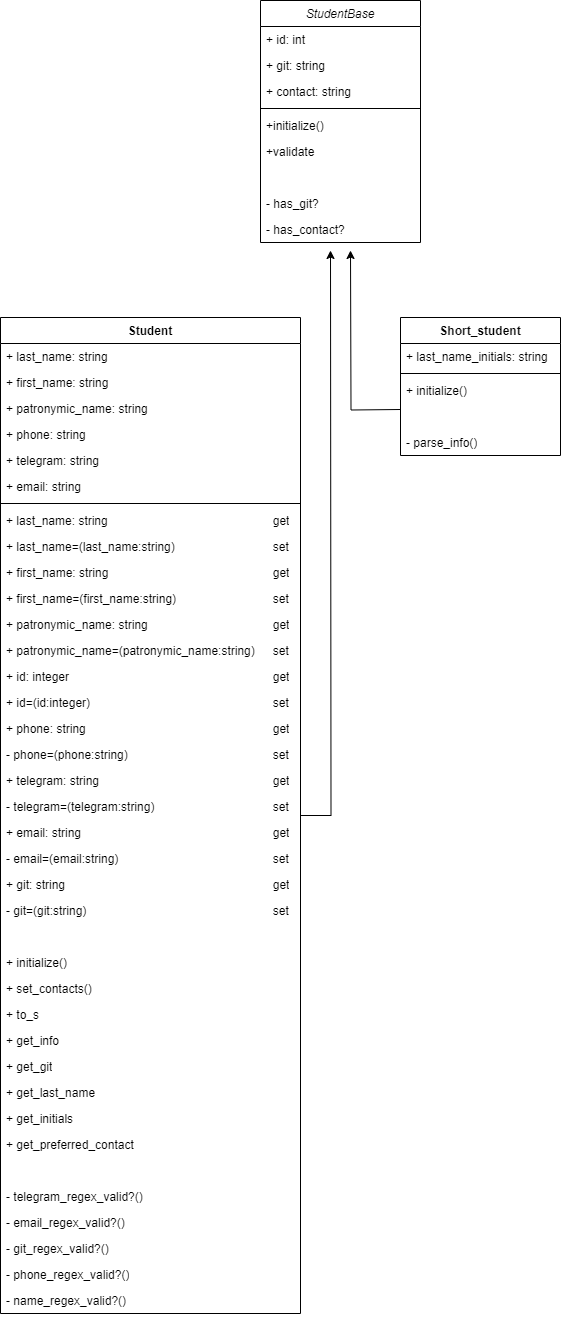
Before: Students/UML_student.png, a diagram exported from draw.io (Deathlimit/Design-Patterns). Source tidied: cells renumbered, new cells last; positions are measured from the earlier drawing's top-left corner, leaving out a move shared by most shapes.
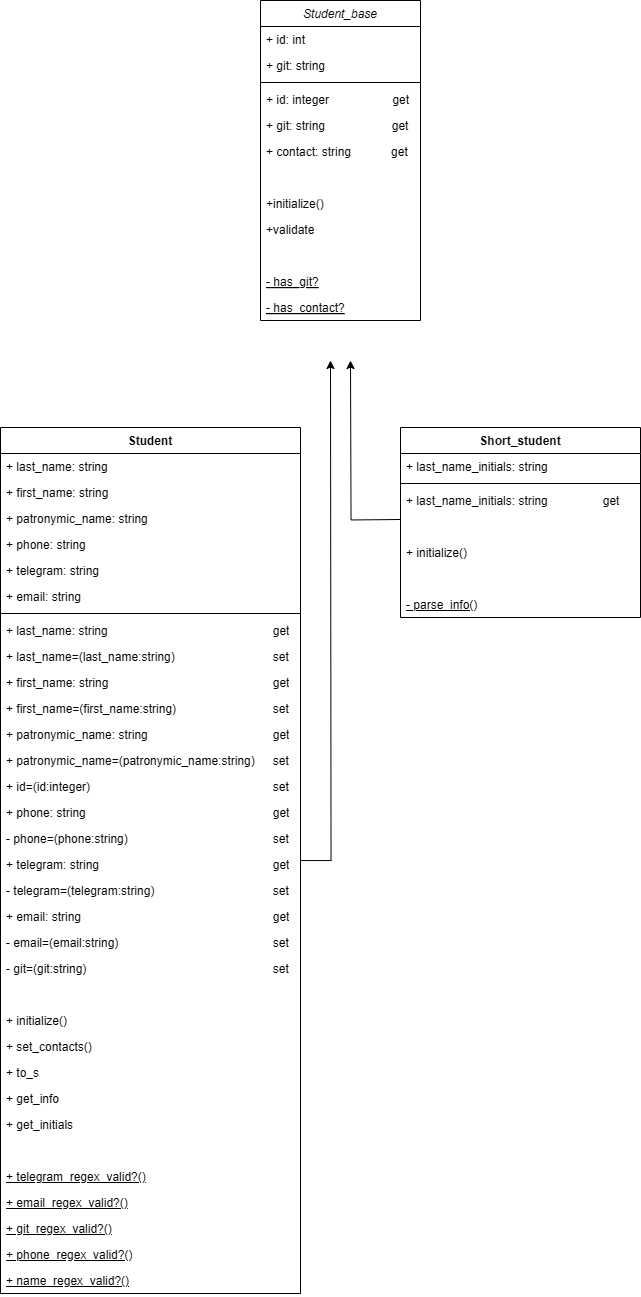
The same file after the commit.

Commit message:
(lab2) fixed UML diagram

What changed in the source:
```diff
@@ -5,3 +5,3 @@
     <mxCell id="2" value="Student" style="swimlane;fontStyle=1;align=center;verticalAlign=top;horizontal=1;startSize=26;whiteSpace=wrap;html=1;" parent="1" vertex="1">
-      <mxGeometry y="317" width="300" height="996" as="geometry" />
+      <mxGeometry y="317" width="300" height="866" as="geometry" />
     </mxCell>
@@ -46,97 +46,88 @@
     </mxCell>
-    <mxCell id="16" value="+ id: integer&lt;span style=&quot;white-space: pre;&quot;&gt;&#9;&lt;/span&gt;&lt;span style=&quot;white-space: pre;&quot;&gt;&#9;&lt;/span&gt;&lt;span style=&quot;white-space: pre;&quot;&gt;&#9;&lt;/span&gt;&lt;span style=&quot;white-space: pre;&quot;&gt;&#9;&lt;/span&gt;&lt;span style=&quot;white-space: pre;&quot;&gt;&#9;&lt;/span&gt;&lt;span style=&quot;white-space: pre;&quot;&gt;&#9;&lt;/span&gt;&lt;span style=&quot;white-space: pre;&quot;&gt;&#9;&lt;/span&gt;&lt;span style=&quot;white-space: pre;&quot;&gt;&#9;&lt;/span&gt;get" style="text;strokeColor=none;fillColor=none;align=left;verticalAlign=top;spacingLeft=4;spacingRight=4;overflow=hidden;whiteSpace=wrap;html=1;" parent="2" vertex="1">
-      <mxGeometry y="346" width="300" height="26" as="geometry" />
-    </mxCell>
     <mxCell id="17" value="+ id=(id:integer)&lt;span style=&quot;white-space: pre;&quot;&gt;&#9;&lt;/span&gt;&lt;span style=&quot;white-space: pre;&quot;&gt;&#9;&lt;/span&gt;&lt;span style=&quot;white-space: pre;&quot;&gt;&#9;&lt;/span&gt;&lt;span style=&quot;white-space: pre;&quot;&gt;&#9;&lt;/span&gt;&lt;span style=&quot;white-space: pre;&quot;&gt;&#9;&lt;/span&gt;&lt;span style=&quot;white-space: pre;&quot;&gt;&#9;&lt;/span&gt;&lt;span style=&quot;white-space: pre;&quot;&gt;&#9;&lt;/span&gt;set" style="text;strokeColor=none;fillColor=none;align=left;verticalAlign=top;spacingLeft=4;spacingRight=4;overflow=hidden;whiteSpace=wrap;html=1;" parent="2" vertex="1">
-      <mxGeometry y="372" width="300" height="26" as="geometry" />
+      <mxGeometry y="346" width="300" height="26" as="geometry" />
     </mxCell>
     <mxCell id="18" value="+ phone: string&lt;span style=&quot;white-space: pre;&quot;&gt;&#9;&lt;/span&gt;&lt;span style=&quot;white-space: pre;&quot;&gt;&#9;&lt;/span&gt;&lt;span style=&quot;white-space: pre;&quot;&gt;&#9;&lt;/span&gt;&lt;span style=&quot;white-space: pre;&quot;&gt;&#9;&lt;/span&gt;&lt;span style=&quot;white-space: pre;&quot;&gt;&#9;&lt;/span&gt;&lt;span style=&quot;white-space: pre;&quot;&gt;&#9;&lt;/span&gt;&lt;span style=&quot;white-space: pre;&quot;&gt;&#9;&lt;/span&gt;get" style="text;strokeColor=none;fillColor=none;align=left;verticalAlign=top;spacingLeft=4;spacingRight=4;overflow=hidden;whiteSpace=wrap;html=1;" parent="2" vertex="1">
-      <mxGeometry y="398" width="300" height="26" as="geometry" />
+      <mxGeometry y="372" width="300" height="26" as="geometry" />
     </mxCell>
     <mxCell id="19" value="- phone=(phone:string)&lt;span style=&quot;white-space: pre;&quot;&gt;&#9;&lt;/span&gt;&lt;span style=&quot;white-space: pre;&quot;&gt;&#9;&lt;/span&gt;&lt;span style=&quot;white-space: pre;&quot;&gt;&#9;&lt;/span&gt;&lt;span style=&quot;white-space: pre;&quot;&gt;&#9;&lt;/span&gt;&lt;span style=&quot;white-space: pre;&quot;&gt;&#9;&lt;/span&gt;&lt;span style=&quot;white-space: pre;&quot;&gt;&#9;&lt;/span&gt;set" style="text;strokeColor=none;fillColor=none;align=left;verticalAlign=top;spacingLeft=4;spacingRight=4;overflow=hidden;whiteSpace=wrap;html=1;" parent="2" vertex="1">
-      <mxGeometry y="424" width="300" height="26" as="geometry" />
+      <mxGeometry y="398" width="300" height="26" as="geometry" />
     </mxCell>
     <mxCell id="20" value="+ telegram: string&lt;span style=&quot;white-space: pre;&quot;&gt;&#9;&lt;/span&gt;&lt;span style=&quot;white-space: pre;&quot;&gt;&#9;&lt;/span&gt;&lt;span style=&quot;white-space: pre;&quot;&gt;&#9;&lt;/span&gt;&lt;span style=&quot;white-space: pre;&quot;&gt;&#9;&lt;/span&gt;&lt;span style=&quot;white-space: pre;&quot;&gt;&#9;&lt;/span&gt;&lt;span style=&quot;white-space: pre;&quot;&gt;&#9;&lt;/span&gt;&lt;span style=&quot;white-space: pre;&quot;&gt;&#9;&lt;/span&gt;get" style="text;strokeColor=none;fillColor=none;align=left;verticalAlign=top;spacingLeft=4;spacingRight=4;overflow=hidden;whiteSpace=wrap;html=1;" parent="2" vertex="1">
-      <mxGeometry y="450" width="300" height="26" as="geometry" />
+      <mxGeometry y="424" width="300" height="26" as="geometry" />
     </mxCell>
     <mxCell id="21" value="- telegram=(telegram:string)&lt;span style=&quot;white-space: pre;&quot;&gt;&#9;&lt;/span&gt;&lt;span style=&quot;white-space: pre;&quot;&gt;&#9;&lt;/span&gt;&lt;span style=&quot;white-space: pre;&quot;&gt;&#9;&lt;/span&gt;&lt;span style=&quot;white-space: pre;&quot;&gt;&#9;&lt;/span&gt;&lt;span style=&quot;white-space: pre;&quot;&gt;&#9;&lt;/span&gt;set" style="text;strokeColor=none;fillColor=none;align=left;verticalAlign=top;spacingLeft=4;spacingRight=4;overflow=hidden;whiteSpace=wrap;html=1;" parent="2" vertex="1">
-      <mxGeometry y="476" width="300" height="26" as="geometry" />
+      <mxGeometry y="450" width="300" height="26" as="geometry" />
     </mxCell>
     <mxCell id="22" value="+ email: string&lt;span style=&quot;white-space: pre;&quot;&gt;&#9;&lt;/span&gt;&lt;span style=&quot;white-space: pre;&quot;&gt;&#9;&lt;span style=&quot;white-space: pre;&quot;&gt;&#9;&lt;/span&gt;&lt;/span&gt;&lt;span style=&quot;white-space: pre;&quot;&gt;&#9;&lt;/span&gt;&lt;span style=&quot;white-space: pre;&quot;&gt;&#9;&lt;/span&gt;&lt;span style=&quot;white-space: pre;&quot;&gt;&#9;&lt;/span&gt;&lt;span style=&quot;white-space: pre;&quot;&gt;&#9;&lt;/span&gt;&lt;span style=&quot;white-space: pre;&quot;&gt;&#9;&lt;/span&gt;get" style="text;strokeColor=none;fillColor=none;align=left;verticalAlign=top;spacingLeft=4;spacingRight=4;overflow=hidden;whiteSpace=wrap;html=1;" parent="2" vertex="1">
-      <mxGeometry y="502" width="300" height="26" as="geometry" />
+      <mxGeometry y="476" width="300" height="26" as="geometry" />
     </mxCell>
     <mxCell id="23" value="- email=(email:string)&lt;span style=&quot;white-space: pre;&quot;&gt;&#9;&lt;/span&gt;&lt;span style=&quot;white-space: pre;&quot;&gt;&#9;&lt;span style=&quot;white-space: pre;&quot;&gt;&#9;&lt;/span&gt;&lt;/span&gt;&lt;span style=&quot;white-space: pre;&quot;&gt;&#9;&lt;/span&gt;&lt;span style=&quot;white-space: pre;&quot;&gt;&#9;&lt;/span&gt;&lt;span style=&quot;white-space: pre;&quot;&gt;&#9;&lt;/span&gt;set" style="text;strokeColor=none;fillColor=none;align=left;verticalAlign=top;spacingLeft=4;spacingRight=4;overflow=hidden;whiteSpace=wrap;html=1;" parent="2" vertex="1">
-      <mxGeometry y="528" width="300" height="26" as="geometry" />
+      <mxGeometry y="502" width="300" height="26" as="geometry" />
     </mxCell>
-    <mxCell id="24" value="+ git: string&lt;span style=&quot;white-space: pre;&quot;&gt;&#9;&lt;/span&gt;&lt;span style=&quot;white-space: pre;&quot;&gt;&#9;&lt;span style=&quot;white-space: pre;&quot;&gt;&#9;&lt;/span&gt;&lt;/span&gt;&lt;span style=&quot;white-space: pre;&quot;&gt;&#9;&lt;/span&gt;&lt;span style=&quot;white-space: pre;&quot;&gt;&#9;&lt;/span&gt;&lt;span style=&quot;white-space: pre;&quot;&gt;&#9;&lt;/span&gt;&lt;span style=&quot;white-space: pre;&quot;&gt;&#9;&lt;/span&gt;&lt;span style=&quot;white-space: pre;&quot;&gt;&#9;&lt;/span&gt;get" style="text;strokeColor=none;fillColor=none;align=left;verticalAlign=top;spacingLeft=4;spacingRight=4;overflow=hidden;whiteSpace=wrap;html=1;" parent="2" vertex="1">
-      <mxGeometry y="554" width="300" height="26" as="geometry" />
-    </mxCell>
     <mxCell id="25" value="- git=(git:string)&lt;span style=&quot;white-space: pre;&quot;&gt;&#9;&lt;span style=&quot;white-space: pre;&quot;&gt;&#9;&lt;/span&gt;&lt;/span&gt;&lt;span style=&quot;white-space: pre;&quot;&gt;&#9;&lt;span style=&quot;white-space: pre;&quot;&gt;&#9;&lt;/span&gt;&lt;/span&gt;&lt;span style=&quot;white-space: pre;&quot;&gt;&#9;&lt;/span&gt;&lt;span style=&quot;white-space: pre;&quot;&gt;&#9;&lt;/span&gt;&lt;span style=&quot;white-space: pre;&quot;&gt;&#9;&lt;/span&gt;set" style="text;strokeColor=none;fillColor=none;align=left;verticalAlign=top;spacingLeft=4;spacingRight=4;overflow=hidden;whiteSpace=wrap;html=1;" parent="2" vertex="1">
-      <mxGeometry y="580" width="300" height="26" as="geometry" />
+      <mxGeometry y="528" width="300" height="26" as="geometry" />
     </mxCell>
     <mxCell id="26" style="text;strokeColor=none;fillColor=none;align=left;verticalAlign=top;spacingLeft=4;spacingRight=4;overflow=hidden;whiteSpace=wrap;html=1;" parent="2" vertex="1">
-      <mxGeometry y="606" width="300" height="26" as="geometry" />
+      <mxGeometry y="554" width="300" height="26" as="geometry" />
     </mxCell>
     <mxCell id="27" value="+ initialize()" style="text;strokeColor=none;fillColor=none;align=left;verticalAlign=top;spacingLeft=4;spacingRight=4;overflow=hidden;whiteSpace=wrap;html=1;" parent="2" vertex="1">
-      <mxGeometry y="632" width="300" height="26" as="geometry" />
+      <mxGeometry y="580" width="300" height="26" as="geometry" />
     </mxCell>
     <mxCell id="28" value="+ set_contacts()" style="text;strokeColor=none;fillColor=none;align=left;verticalAlign=top;spacingLeft=4;spacingRight=4;overflow=hidden;whiteSpace=wrap;html=1;" parent="2" vertex="1">
-      <mxGeometry y="658" width="300" height="26" as="geometry" />
+      <mxGeometry y="606" width="300" height="26" as="geometry" />
     </mxCell>
     <mxCell id="29" value="+ to_s" style="text;strokeColor=none;fillColor=none;align=left;verticalAlign=top;spacingLeft=4;spacingRight=4;overflow=hidden;whiteSpace=wrap;html=1;" parent="2" vertex="1">
-      <mxGeometry y="684" width="300" height="26" as="geometry" />
+      <mxGeometry y="632" width="300" height="26" as="geometry" />
     </mxCell>
     <mxCell id="30" value="+ get_info" style="text;strokeColor=none;fillColor=none;align=left;verticalAlign=top;spacingLeft=4;spacingRight=4;overflow=hidden;whiteSpace=wrap;html=1;" parent="2" vertex="1">
-      <mxGeometry y="710" width="300" height="26" as="geometry" />
+      <mxGeometry y="658" width="300" height="26" as="geometry" />
     </mxCell>
-    <mxCell id="31" value="+&amp;nbsp;get_git" style="text;strokeColor=none;fillColor=none;align=left;verticalAlign=top;spacingLeft=4;spacingRight=4;overflow=hidden;whiteSpace=wrap;html=1;" parent="2" vertex="1">
-      <mxGeometry y="736" width="300" height="26" as="geometry" />
-    </mxCell>
-    <mxCell id="32" value="+&amp;nbsp;get_last_name" style="text;strokeColor=none;fillColor=none;align=left;verticalAlign=top;spacingLeft=4;spacingRight=4;overflow=hidden;whiteSpace=wrap;html=1;" parent="2" vertex="1">
-      <mxGeometry y="762" width="300" height="26" as="geometry" />
-    </mxCell>
     <mxCell id="33" value="+&amp;nbsp;get_initials" style="text;strokeColor=none;fillColor=none;align=left;verticalAlign=top;spacingLeft=4;spacingRight=4;overflow=hidden;whiteSpace=wrap;html=1;" parent="2" vertex="1">
-      <mxGeometry y="788" width="300" height="26" as="geometry" />
+      <mxGeometry y="684" width="300" height="26" as="geometry" />
     </mxCell>
-    <mxCell id="34" value="+&amp;nbsp;get_preferred_contact" style="text;strokeColor=none;fillColor=none;align=left;verticalAlign=top;spacingLeft=4;spacingRight=4;overflow=hidden;whiteSpace=wrap;html=1;" parent="2" vertex="1">
-      <mxGeometry y="814" width="300" height="26" as="geometry" />
-    </mxCell>
     <mxCell id="35" style="text;strokeColor=none;fillColor=none;align=left;verticalAlign=top;spacingLeft=4;spacingRight=4;overflow=hidden;whiteSpace=wrap;html=1;" parent="2" vertex="1">
-      <mxGeometry y="840" width="300" height="26" as="geometry" />
+      <mxGeometry y="710" width="300" height="26" as="geometry" />
     </mxCell>
-    <mxCell id="36" value="- telegram_regex_valid?()" style="text;strokeColor=none;fillColor=none;align=left;verticalAlign=top;spacingLeft=4;spacingRight=4;overflow=hidden;whiteSpace=wrap;html=1;" parent="2" vertex="1">
-      <mxGeometry y="866" width="300" height="26" as="geometry" />
+    <mxCell id="36" value="&lt;u&gt;+ telegram_regex_valid?()&lt;/u&gt;" style="text;strokeColor=none;fillColor=none;align=left;verticalAlign=top;spacingLeft=4;spacingRight=4;overflow=hidden;whiteSpace=wrap;html=1;" parent="2" vertex="1">
+      <mxGeometry y="736" width="300" height="26" as="geometry" />
     </mxCell>
-    <mxCell id="37" value="- email_regex_valid?()" style="text;strokeColor=none;fillColor=none;align=left;verticalAlign=top;spacingLeft=4;spacingRight=4;overflow=hidden;whiteSpace=wrap;html=1;" parent="2" vertex="1">
-      <mxGeometry y="892" width="300" height="26" as="geometry" />
+    <mxCell id="37" value="&lt;u&gt;+ email_regex_valid?()&lt;/u&gt;" style="text;strokeColor=none;fillColor=none;align=left;verticalAlign=top;spacingLeft=4;spacingRight=4;overflow=hidden;whiteSpace=wrap;html=1;" parent="2" vertex="1">
+      <mxGeometry y="762" width="300" height="26" as="geometry" />
     </mxCell>
-    <mxCell id="38" value="- git_regex_valid?()" style="text;strokeColor=none;fillColor=none;align=left;verticalAlign=top;spacingLeft=4;spacingRight=4;overflow=hidden;whiteSpace=wrap;html=1;" parent="2" vertex="1">
-      <mxGeometry y="918" width="300" height="26" as="geometry" />
+    <mxCell id="38" value="&lt;u&gt;+ git_regex_valid?()&lt;/u&gt;" style="text;strokeColor=none;fillColor=none;align=left;verticalAlign=top;spacingLeft=4;spacingRight=4;overflow=hidden;whiteSpace=wrap;html=1;" parent="2" vertex="1">
+      <mxGeometry y="788" width="300" height="26" as="geometry" />
     </mxCell>
-    <mxCell id="39" value="- phone_regex_valid?()" style="text;strokeColor=none;fillColor=none;align=left;verticalAlign=top;spacingLeft=4;spacingRight=4;overflow=hidden;whiteSpace=wrap;html=1;" parent="2" vertex="1">
-      <mxGeometry y="944" width="300" height="26" as="geometry" />
+    <mxCell id="39" value="&lt;u&gt;+ phone_regex_valid?()&lt;/u&gt;" style="text;strokeColor=none;fillColor=none;align=left;verticalAlign=top;spacingLeft=4;spacingRight=4;overflow=hidden;whiteSpace=wrap;html=1;" parent="2" vertex="1">
+      <mxGeometry y="814" width="300" height="26" as="geometry" />
     </mxCell>
-    <mxCell id="40" value="- name_regex_valid?()" style="text;strokeColor=none;fillColor=none;align=left;verticalAlign=top;spacingLeft=4;spacingRight=4;overflow=hidden;whiteSpace=wrap;html=1;" parent="2" vertex="1">
-      <mxGeometry y="970" width="300" height="26" as="geometry" />
+    <mxCell id="40" value="&lt;u&gt;+ name_regex_valid?()&lt;/u&gt;" style="text;strokeColor=none;fillColor=none;align=left;verticalAlign=top;spacingLeft=4;spacingRight=4;overflow=hidden;whiteSpace=wrap;html=1;" parent="2" vertex="1">
+      <mxGeometry y="840" width="300" height="26" as="geometry" />
     </mxCell>
     <mxCell id="41" value="Short_student" style="swimlane;fontStyle=1;align=center;verticalAlign=top;horizontal=1;startSize=26;whiteSpace=wrap;html=1;" parent="1" vertex="1">
-      <mxGeometry x="400" y="317" width="160" height="138" as="geometry" />
+      <mxGeometry x="400" y="317" width="240" height="190" as="geometry" />
     </mxCell>
     <mxCell id="42" value="+ last_name_initials: string" style="text;strokeColor=none;fillColor=none;align=left;verticalAlign=top;spacingLeft=4;spacingRight=4;overflow=hidden;whiteSpace=wrap;html=1;" parent="41" vertex="1">
-      <mxGeometry y="26" width="160" height="26" as="geometry" />
+      <mxGeometry y="26" width="240" height="26" as="geometry" />
     </mxCell>
     <mxCell id="43" style="line;strokeWidth=1;fillColor=none;align=left;verticalAlign=middle;spacingTop=-1;spacingLeft=3;spacingRight=3;labelPosition=right;strokeColor=inherit;" parent="41" vertex="1">
-      <mxGeometry y="52" width="160" height="8" as="geometry" />
+      <mxGeometry y="52" width="240" height="8" as="geometry" />
     </mxCell>
+    <mxCell id="45" value="+ last_name_initials: string&lt;span style=&quot;white-space: pre;&quot;&gt;&#9;&lt;span style=&quot;white-space: pre;&quot;&gt;&#9;&lt;/span&gt;   get&lt;/span&gt;" style="text;strokeColor=none;fillColor=none;align=left;verticalAlign=top;spacingLeft=4;spacingRight=4;overflow=hidden;whiteSpace=wrap;html=1;" parent="41" vertex="1">
+      <mxGeometry y="60" width="240" height="26" as="geometry" />
+    </mxCell>
+    <mxCell id="59" style="text;strokeColor=none;fillColor=none;align=left;verticalAlign=top;spacingLeft=4;spacingRight=4;overflow=hidden;whiteSpace=wrap;html=1;" parent="41" vertex="1">
+      <mxGeometry y="86" width="240" height="26" as="geometry" />
+    </mxCell>
     <mxCell id="44" value="+ initialize()" style="text;strokeColor=none;fillColor=none;align=left;verticalAlign=top;spacingLeft=4;spacingRight=4;overflow=hidden;whiteSpace=wrap;html=1;" parent="41" vertex="1">
-      <mxGeometry y="60" width="160" height="26" as="geometry" />
+      <mxGeometry y="112" width="240" height="26" as="geometry" />
     </mxCell>
-    <mxCell id="45" style="text;strokeColor=none;fillColor=none;align=left;verticalAlign=top;spacingLeft=4;spacingRight=4;overflow=hidden;whiteSpace=wrap;html=1;" parent="41" vertex="1">
-      <mxGeometry y="86" width="160" height="26" as="geometry" />
-    </mxCell>
+    <mxCell id="60" style="text;strokeColor=none;fillColor=none;align=left;verticalAlign=top;spacingLeft=4;spacingRight=4;overflow=hidden;whiteSpace=wrap;html=1;" parent="41" vertex="1">
+      <mxGeometry y="138" width="240" height="26" as="geometry" />
+    </mxCell>
-    <mxCell id="46" value="- parse_info()" style="text;strokeColor=none;fillColor=none;align=left;verticalAlign=top;spacingLeft=4;spacingRight=4;overflow=hidden;whiteSpace=wrap;html=1;" parent="41" vertex="1">
-      <mxGeometry y="112" width="160" height="26" as="geometry" />
+    <mxCell id="46" value="&lt;u&gt;- parse_info()&lt;/u&gt;" style="text;strokeColor=none;fillColor=none;align=left;verticalAlign=top;spacingLeft=4;spacingRight=4;overflow=hidden;whiteSpace=wrap;html=1;" parent="41" vertex="1">
+      <mxGeometry y="164" width="240" height="26" as="geometry" />
     </mxCell>
-    <mxCell id="47" value="StudentBase" style="swimlane;fontStyle=2;align=center;verticalAlign=top;horizontal=1;startSize=26;rounded=0;shadow=0;strokeWidth=1;" parent="1" vertex="1">
-      <mxGeometry x="260" width="160" height="242" as="geometry" />
+    <mxCell id="47" value="Student_base" style="swimlane;fontStyle=2;align=center;verticalAlign=top;horizontal=1;startSize=26;rounded=0;shadow=0;strokeWidth=1;" parent="1" vertex="1">
+      <mxGeometry x="260" y="-110" width="160" height="320" as="geometry" />
     </mxCell>
@@ -148,22 +139,31 @@
     </mxCell>
-    <mxCell id="50" value="+ contact: string" style="text;align=left;verticalAlign=top;spacingLeft=4;spacingRight=4;overflow=hidden;rounded=0;shadow=0;html=0;" parent="47" vertex="1">
-      <mxGeometry y="78" width="160" height="26" as="geometry" />
-    </mxCell>
     <mxCell id="51" style="line;html=1;strokeWidth=1;align=left;verticalAlign=middle;spacingTop=-1;spacingLeft=3;spacingRight=3;labelPosition=right;" parent="47" vertex="1">
-      <mxGeometry y="104" width="160" height="8" as="geometry" />
+      <mxGeometry y="78" width="160" height="8" as="geometry" />
     </mxCell>
+    <mxCell id="54" value="+ id: integer                   get" style="text;align=left;verticalAlign=top;spacingLeft=4;spacingRight=4;overflow=hidden;" parent="47" vertex="1">
+      <mxGeometry y="86" width="160" height="26" as="geometry" />
+    </mxCell>
+    <mxCell id="24" value="+ git: string                    get&#10;" style="text;align=left;verticalAlign=top;spacingLeft=4;spacingRight=4;overflow=hidden;" parent="47" vertex="1">
+      <mxGeometry y="112" width="160" height="26" as="geometry" />
+    </mxCell>
+    <mxCell id="61" value="+ contact: string            get" style="text;align=left;verticalAlign=top;spacingLeft=4;spacingRight=4;overflow=hidden;" parent="47" vertex="1">
+      <mxGeometry y="138" width="160" height="26" as="geometry" />
+    </mxCell>
+    <mxCell id="62" style="text;align=left;verticalAlign=top;spacingLeft=4;spacingRight=4;overflow=hidden;" parent="47" vertex="1">
+      <mxGeometry y="164" width="160" height="26" as="geometry" />
+    </mxCell>
     <mxCell id="52" value="+initialize()" style="text;align=left;verticalAlign=top;spacingLeft=4;spacingRight=4;overflow=hidden;" parent="47" vertex="1">
-      <mxGeometry y="112" width="160" height="26" as="geometry" />
+      <mxGeometry y="190" width="160" height="26" as="geometry" />
     </mxCell>
     <mxCell id="53" value="+validate" style="text;align=left;verticalAlign=top;spacingLeft=4;spacingRight=4;overflow=hidden;" parent="47" vertex="1">
-      <mxGeometry y="138" width="160" height="26" as="geometry" />
+      <mxGeometry y="216" width="160" height="26" as="geometry" />
     </mxCell>
-    <mxCell id="54" style="text;align=left;verticalAlign=top;spacingLeft=4;spacingRight=4;overflow=hidden;" parent="47" vertex="1">
-      <mxGeometry y="164" width="160" height="26" as="geometry" />
-    </mxCell>
+    <mxCell id="63" style="text;align=left;verticalAlign=top;spacingLeft=4;spacingRight=4;overflow=hidden;" parent="47" vertex="1">
+      <mxGeometry y="242" width="160" height="26" as="geometry" />
+    </mxCell>
-    <mxCell id="55" value="- has_git?" style="text;align=left;verticalAlign=top;spacingLeft=4;spacingRight=4;overflow=hidden;" parent="47" vertex="1">
-      <mxGeometry y="190" width="160" height="26" as="geometry" />
+    <mxCell id="55" value="- has_git?" style="text;align=left;verticalAlign=top;spacingLeft=4;spacingRight=4;overflow=hidden;fontStyle=4;" parent="47" vertex="1">
+      <mxGeometry y="268" width="160" height="26" as="geometry" />
     </mxCell>
-    <mxCell id="56" value="- has_contact?" style="text;align=left;verticalAlign=top;spacingLeft=4;spacingRight=4;overflow=hidden;" parent="47" vertex="1">
-      <mxGeometry y="216" width="160" height="26" as="geometry" />
+    <mxCell id="56" value="- has_contact?" style="text;align=left;verticalAlign=top;spacingLeft=4;spacingRight=4;overflow=hidden;fontStyle=4;" parent="47" vertex="1">
+      <mxGeometry y="294" width="160" height="26" as="geometry" />
     </mxCell>
```
